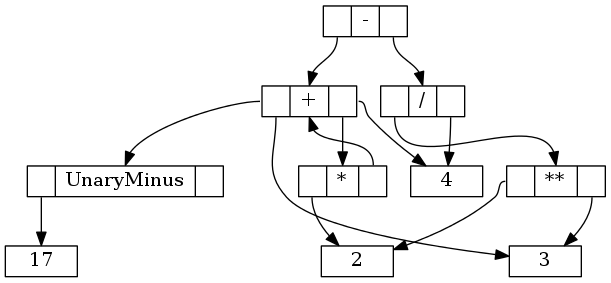
santhoshrajr/Compiler-Construction keeps this Graphviz diagram as astCalc/graph.png. Above is the earlier version. Its source is kept beside it as astCalc/graph.gv.
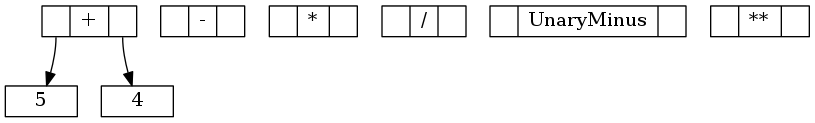
The same file after the commit.

The edit, as a diff of the source:
```diff
@@ -6,17 +6,6 @@
  node4[label = "<f0> |<f1> /|<f2> "]
  node0[label = "<f0> |<f1> UnaryMinus|<f2> "]
  node5[label = "<f0> |<f1> **|<f2> "]
- "node2":f0   ->  "node1":f1
- "node1":f0   ->  "node0":f1
- "node0":f0   -> 17
- "node1":f2   ->  "node3":f1
- "node3":f0   -> 2
- "node3":f2   ->  "node1":f1
- "node1":f0   -> 3
+ "node1":f0   -> 5
  "node1":f2   -> 4
- "node2":f2   ->  "node4":f1
- "node4":f0   ->  "node5":f1
- "node5":f0   -> 2
- "node5":f2   -> 3
- "node4":f2   -> 4
 }
```
